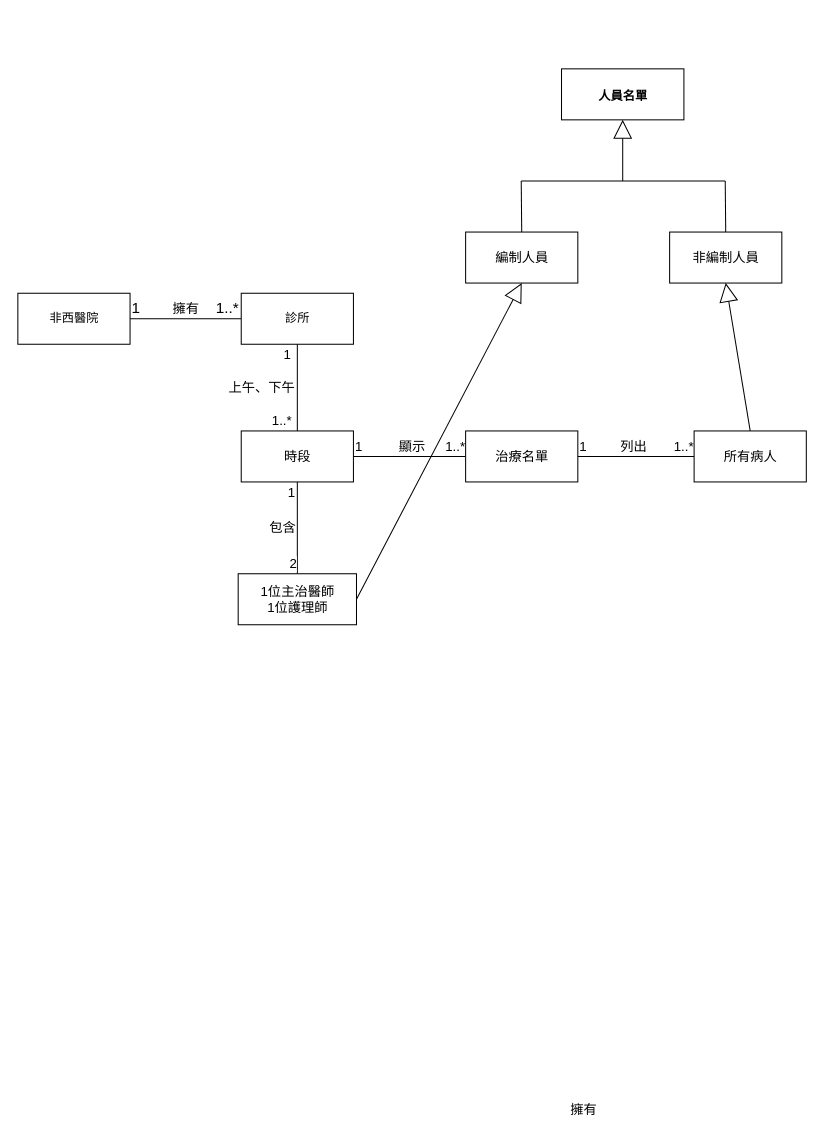
The draw.io diagram Clinic.drawio in 109111114/110-2HW2, before the edit. Source tidied: cells renumbered, new cells numbered last; positions are measured from the earlier drawing's top-left corner, leaving out a move shared by most shapes. Both pictures are drawn from the tidied source at 102%, with x=0, y=0 at pixel (17, 68).
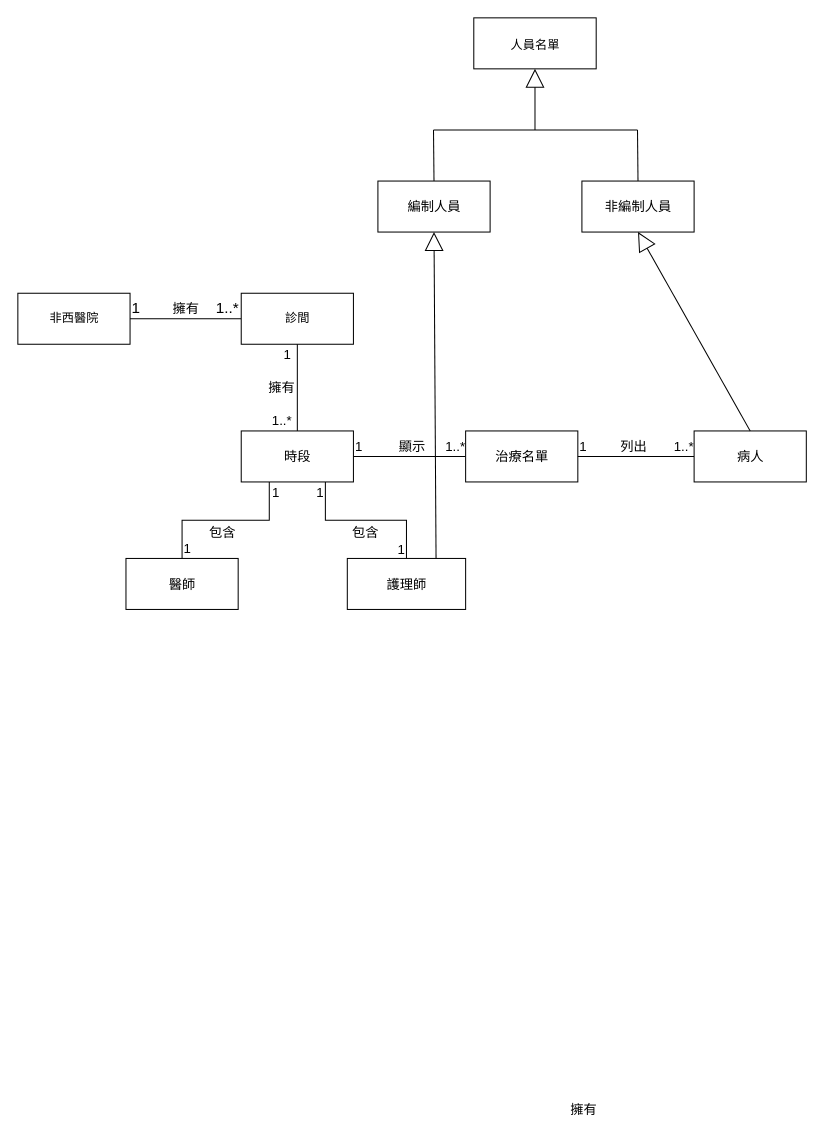
After the change.

Commit message:
第三次修正

The change refers to these unchanged cells:
```xml
<mxCell id="20" value="時段" style="html=1;rounded=0;fontSize=13;" parent="1" vertex="1">
  <mxGeometry x="219" y="355" width="110" height="50" as="geometry" />
</mxCell>
```

The edit, as a diff of the source:
```diff
@@
     <mxCell id="2" style="endArrow=none;html=1;rounded=0;exitX=0.5;exitY=0;exitDx=0;exitDy=0;" parent="1" edge="1" source="34">
       <mxGeometry relative="1" as="geometry">
-        <mxPoint x="493.5" y="110" as="targetPoint" />
+        <mxPoint x="407.5" y="60" as="targetPoint" />
       </mxGeometry>
     </mxCell>
     <mxCell id="3" style="endArrow=block;endSize=16;endFill=0;html=1;rounded=0;entryX=0.5;entryY=1;entryDx=0;entryDy=0;" parent="1" edge="1" target="7">
       <mxGeometry relative="1" as="geometry">
-        <mxPoint x="593" y="110" as="sourcePoint" />
+        <mxPoint x="507" y="60" as="sourcePoint" />
       </mxGeometry>
     </mxCell>
     <mxCell id="4" style="endArrow=none;html=1;rounded=0;" parent="1" edge="1">
       <mxGeometry relative="1" as="geometry">
-        <mxPoint x="493.5" y="110" as="sourcePoint" />
-        <mxPoint x="693.5" y="110" as="targetPoint" />
+        <mxPoint x="407.5" y="60" as="sourcePoint" />
+        <mxPoint x="607.5" y="60" as="targetPoint" />
       </mxGeometry>
     </mxCell>
@@
     <mxCell id="6" style="endArrow=none;html=1;rounded=0;exitX=0.5;exitY=0;exitDx=0;exitDy=0;" parent="1" edge="1" source="35">
       <mxGeometry relative="1" as="geometry">
-        <mxPoint x="693.5" y="110" as="targetPoint" />
+        <mxPoint x="607.5" y="60" as="targetPoint" />
       </mxGeometry>
     </mxCell>
-    <mxCell id="7" value="&lt;span style=&quot;font-size: 12px ; font-weight: 700&quot;&gt;人員名單&lt;/span&gt;" style="html=1;rounded=0;fontSize=15;" parent="1" vertex="1">
-      <mxGeometry x="533" width="120" height="50" as="geometry" />
+    <mxCell id="7" value="&lt;span style=&quot;font-size: 12px&quot;&gt;人員名單&lt;/span&gt;" style="html=1;rounded=0;fontSize=15;" parent="1" vertex="1">
+      <mxGeometry x="447" y="-50" width="120" height="50" as="geometry" />
     </mxCell>
@@
-    <mxCell id="11" value="診所" style="html=1;" parent="1" vertex="1">
+    <mxCell id="11" value="診間" style="html=1;" parent="1" vertex="1">
       <mxGeometry x="219" y="220" width="110" height="50" as="geometry" />
     </mxCell>
@@
-    <mxCell id="13" style="endArrow=none;html=1;edgeStyle=orthogonalEdgeStyle;rounded=0;fontSize=13;entryX=0.5;entryY=0;entryDx=0;entryDy=0;exitX=0.5;exitY=1;exitDx=0;exitDy=0;" parent="1" edge="1" source="20" target="16">
+    <mxCell id="13" style="endArrow=none;html=1;edgeStyle=orthogonalEdgeStyle;rounded=0;fontSize=13;entryX=0.5;entryY=0;entryDx=0;entryDy=0;exitX=0.75;exitY=1;exitDx=0;exitDy=0;" parent="1" edge="1" source="20" target="16">
       <mxGeometry relative="1" as="geometry" />
     </mxCell>
@@
-    <mxCell id="15" value="2" style="edgeLabel;html=1;align=right;verticalAlign=bottom;rounded=0;fontSize=13;" parent="13" vertex="1">
-      <mxGeometry x="1" relative="1" as="geometry" />
+    <mxCell id="15" value="1" style="edgeLabel;html=1;align=right;verticalAlign=bottom;rounded=0;fontSize=13;" parent="13" vertex="1">
+      <mxGeometry x="1" relative="1" as="geometry">
+        <mxPoint x="-1" as="offset" />
+      </mxGeometry>
     </mxCell>
-    <mxCell id="16" value="1位主治醫師&lt;br&gt;1位護理師" style="html=1;rounded=0;fontSize=13;" parent="1" vertex="1">
-      <mxGeometry x="216" y="495" width="116" height="50" as="geometry" />
+    <mxCell id="16" value="護理師" style="html=1;rounded=0;fontSize=13;" parent="1" vertex="1">
+      <mxGeometry x="323" y="480" width="116" height="50" as="geometry" />
     </mxCell>
@@
     <mxCell id="21" value="包含" style="edgeLabel;html=1;align=left;verticalAlign=bottom;rounded=0;fontSize=13;" parent="1" vertex="1">
-      <mxGeometry x="245" y="460" as="geometry" />
+      <mxGeometry x="326" y="464" as="geometry" />
     </mxCell>
-    <mxCell id="22" value="上午、下午" style="edgeLabel;html=1;align=right;verticalAlign=bottom;rounded=0;fontSize=13;" parent="1" vertex="1">
+    <mxCell id="22" value="擁有" style="edgeLabel;html=1;align=right;verticalAlign=bottom;rounded=0;fontSize=13;" parent="1" vertex="1">
       <mxGeometry x="272" y="322" as="geometry" />
     </mxCell>
@@
-    <mxCell id="31" value="所有病人" style="html=1;rounded=0;fontSize=13;" parent="1" vertex="1">
+    <mxCell id="31" value="病人" style="html=1;rounded=0;fontSize=13;" parent="1" vertex="1">
       <mxGeometry x="663" y="355" width="110" height="50" as="geometry" />
     </mxCell>
@@
     <mxCell id="34" value="編制人員" style="html=1;rounded=0;fontSize=13;" parent="1" vertex="1">
-      <mxGeometry x="439" y="160" width="110" height="50" as="geometry" />
+      <mxGeometry x="353" y="110" width="110" height="50" as="geometry" />
     </mxCell>
     <mxCell id="35" value="非編制人員" style="html=1;rounded=0;fontSize=13;" parent="1" vertex="1">
-      <mxGeometry x="639" y="160" width="110" height="50" as="geometry" />
+      <mxGeometry x="553" y="110" width="110" height="50" as="geometry" />
     </mxCell>
-    <mxCell id="36" style="endArrow=block;endSize=16;endFill=0;html=1;rounded=0;fontSize=13;entryX=0.5;entryY=1;entryDx=0;entryDy=0;exitX=1;exitY=0.5;exitDx=0;exitDy=0;" parent="1" edge="1" source="16" target="34">
+    <mxCell id="36" style="endArrow=block;endSize=16;endFill=0;html=1;rounded=0;fontSize=13;entryX=0.5;entryY=1;entryDx=0;entryDy=0;exitX=0.75;exitY=0;exitDx=0;exitDy=0;" parent="1" edge="1" source="16" target="34">
       <mxGeometry relative="1" as="geometry" />
     </mxCell>
@@
+    <mxCell id="38" value="醫師" style="html=1;rounded=0;fontSize=13;" parent="1" vertex="1">
+      <mxGeometry x="106" y="480" width="110" height="50" as="geometry" />
+    </mxCell>
+    <mxCell id="39" style="endArrow=none;html=1;edgeStyle=orthogonalEdgeStyle;rounded=0;fontSize=13;entryX=0.25;entryY=1;entryDx=0;entryDy=0;exitX=0.5;exitY=0;exitDx=0;exitDy=0;" parent="1" edge="1" source="38" target="20">
+      <mxGeometry relative="1" as="geometry" />
+    </mxCell>
+    <mxCell id="40" value="1" style="edgeLabel;html=1;align=left;verticalAlign=bottom;rounded=0;fontSize=13;" parent="39" vertex="1">
+      <mxGeometry x="-1" relative="1" as="geometry" />
+    </mxCell>
+    <mxCell id="41" value="1" style="edgeLabel;html=1;align=right;verticalAlign=bottom;rounded=0;fontSize=13;" parent="39" vertex="1">
+      <mxGeometry x="1" relative="1" as="geometry">
+        <mxPoint x="10" y="20" as="offset" />
+      </mxGeometry>
+    </mxCell>
+    <mxCell id="42" value="包含" style="edgeLabel;html=1;align=left;verticalAlign=bottom;rounded=0;fontSize=13;" parent="1" vertex="1">
+      <mxGeometry x="186" y="464" as="geometry" />
+    </mxCell>
```
